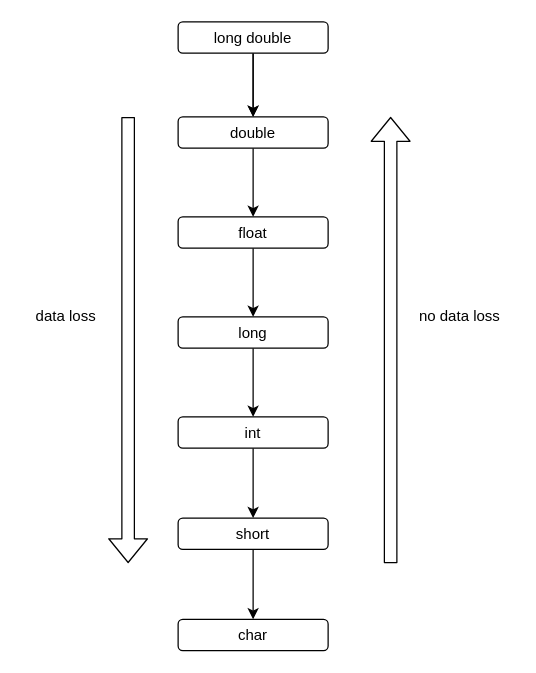
Earlier version of the draw.io diagram chapter 2/drawio/data_loss.drawio (lczhuigz/cpp-learning). Source tidied: cells renumbered, new cells numbered last; positions are measured from the earlier drawing's top-left corner, leaving out a move shared by most shapes. Both pictures are drawn from the tidied source at 125%, with x=0, y=0 at pixel (21, 21).
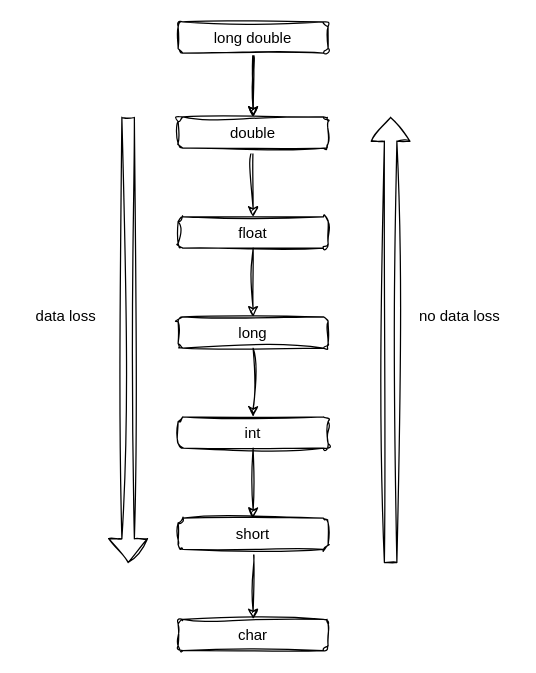
Above is the later version.

Commit message:
modified data_loss drawio

Change to the diagram source:
```diff
@@
-    <mxCell id="2" style="edgeStyle=none;html=1;" parent="1" edge="1" source="4" target="6">
+    <mxCell id="2" style="edgeStyle=none;html=1;sketch=1;curveFitting=1;jiggle=2;" parent="1" edge="1" source="4" target="6">
       <mxGeometry relative="1" as="geometry" />
     </mxCell>
-    <mxCell id="3" style="edgeStyle=none;html=1;" parent="1" edge="1" source="4" target="6">
+    <mxCell id="3" style="edgeStyle=none;html=1;sketch=1;curveFitting=1;jiggle=2;" parent="1" edge="1" source="4" target="6">
       <mxGeometry relative="1" as="geometry" />
     </mxCell>
-    <mxCell id="4" value="long double" style="rounded=1;whiteSpace=wrap;html=1;" parent="1" vertex="1">
+    <mxCell id="4" value="long double" style="rounded=1;whiteSpace=wrap;html=1;sketch=1;curveFitting=1;jiggle=2;" parent="1" vertex="1">
       <mxGeometry x="125" width="120" height="25" as="geometry" />
     </mxCell>
-    <mxCell id="5" style="edgeStyle=none;html=1;" parent="1" edge="1" source="6" target="8">
+    <mxCell id="5" style="edgeStyle=none;html=1;sketch=1;curveFitting=1;jiggle=2;" parent="1" edge="1" source="6" target="8">
       <mxGeometry relative="1" as="geometry" />
     </mxCell>
-    <mxCell id="6" value="double" style="whiteSpace=wrap;html=1;rounded=1;" parent="1" vertex="1">
+    <mxCell id="6" value="double" style="whiteSpace=wrap;html=1;rounded=1;sketch=1;curveFitting=1;jiggle=2;" parent="1" vertex="1">
       <mxGeometry x="125" y="76" width="120" height="25" as="geometry" />
     </mxCell>
-    <mxCell id="7" style="edgeStyle=none;html=1;" parent="1" edge="1" source="8" target="10">
+    <mxCell id="7" style="edgeStyle=none;html=1;sketch=1;curveFitting=1;jiggle=2;" parent="1" edge="1" source="8" target="10">
       <mxGeometry relative="1" as="geometry" />
     </mxCell>
-    <mxCell id="8" value="float" style="whiteSpace=wrap;html=1;rounded=1;" parent="1" vertex="1">
+    <mxCell id="8" value="float" style="whiteSpace=wrap;html=1;rounded=1;sketch=1;curveFitting=1;jiggle=2;" parent="1" vertex="1">
       <mxGeometry x="125" y="156" width="120" height="25" as="geometry" />
     </mxCell>
-    <mxCell id="9" style="edgeStyle=none;html=1;" parent="1" edge="1" source="10" target="12">
+    <mxCell id="9" style="edgeStyle=none;html=1;sketch=1;curveFitting=1;jiggle=2;" parent="1" edge="1" source="10" target="12">
       <mxGeometry relative="1" as="geometry" />
     </mxCell>
-    <mxCell id="10" value="long" style="whiteSpace=wrap;html=1;rounded=1;" parent="1" vertex="1">
+    <mxCell id="10" value="long" style="whiteSpace=wrap;html=1;rounded=1;sketch=1;curveFitting=1;jiggle=2;" parent="1" vertex="1">
       <mxGeometry x="125" y="236" width="120" height="25" as="geometry" />
     </mxCell>
-    <mxCell id="11" style="edgeStyle=none;html=1;" parent="1" edge="1" source="12" target="14">
+    <mxCell id="11" style="edgeStyle=none;html=1;sketch=1;curveFitting=1;jiggle=2;" parent="1" edge="1" source="12" target="14">
       <mxGeometry relative="1" as="geometry" />
     </mxCell>
-    <mxCell id="12" value="int" style="whiteSpace=wrap;html=1;rounded=1;" parent="1" vertex="1">
+    <mxCell id="12" value="int" style="whiteSpace=wrap;html=1;rounded=1;sketch=1;curveFitting=1;jiggle=2;" parent="1" vertex="1">
       <mxGeometry x="125" y="316" width="120" height="25" as="geometry" />
     </mxCell>
-    <mxCell id="13" style="edgeStyle=none;html=1;" parent="1" edge="1" source="14" target="15">
+    <mxCell id="13" style="edgeStyle=none;html=1;sketch=1;curveFitting=1;jiggle=2;" parent="1" edge="1" source="14" target="15">
       <mxGeometry relative="1" as="geometry" />
     </mxCell>
-    <mxCell id="14" value="short" style="whiteSpace=wrap;html=1;rounded=1;" parent="1" vertex="1">
+    <mxCell id="14" value="short" style="whiteSpace=wrap;html=1;rounded=1;sketch=1;curveFitting=1;jiggle=2;" parent="1" vertex="1">
       <mxGeometry x="125" y="397" width="120" height="25" as="geometry" />
     </mxCell>
-    <mxCell id="15" value="char" style="whiteSpace=wrap;html=1;rounded=1;" parent="1" vertex="1">
+    <mxCell id="15" value="char" style="whiteSpace=wrap;html=1;rounded=1;sketch=1;curveFitting=1;jiggle=2;" parent="1" vertex="1">
       <mxGeometry x="125" y="478" width="120" height="25" as="geometry" />
     </mxCell>
-    <mxCell id="16" style="shape=flexArrow;endArrow=classic;html=1;" parent="1" edge="1">
+    <mxCell id="16" style="shape=flexArrow;endArrow=classic;html=1;sketch=1;curveFitting=1;jiggle=2;" parent="1" edge="1">
       <mxGeometry relative="1" as="geometry">
         <mxPoint x="85" y="76" as="sourcePoint" />
         <mxPoint x="85" y="433" as="targetPoint" />
       </mxGeometry>
     </mxCell>
-    <mxCell id="17" value="data loss" style="text;html=1;align=center;verticalAlign=middle;strokeColor=none;fillColor=none;" parent="1" vertex="1">
+    <mxCell id="17" value="data loss" style="text;html=1;align=center;verticalAlign=middle;strokeColor=none;fillColor=none;sketch=1;curveFitting=1;jiggle=2;" parent="1" vertex="1">
       <mxGeometry y="221" width="70" height="30" as="geometry" />
     </mxCell>
-    <mxCell id="18" style="shape=flexArrow;endArrow=classic;html=1;" parent="1" edge="1">
+    <mxCell id="18" style="shape=flexArrow;endArrow=classic;html=1;sketch=1;curveFitting=1;jiggle=2;" parent="1" edge="1">
       <mxGeometry relative="1" as="geometry">
         <mxPoint x="295" y="433" as="sourcePoint" />
         <mxPoint x="295" y="76" as="targetPoint" />
       </mxGeometry>
     </mxCell>
-    <mxCell id="19" value="no data loss" style="text;html=1;align=center;verticalAlign=middle;strokeColor=none;fillColor=none;" parent="1" vertex="1">
+    <mxCell id="19" value="no data loss" style="text;html=1;align=center;verticalAlign=middle;strokeColor=none;fillColor=none;sketch=1;curveFitting=1;jiggle=2;" parent="1" vertex="1">
       <mxGeometry x="305" y="221" width="90" height="30" as="geometry" />
     </mxCell>
```
